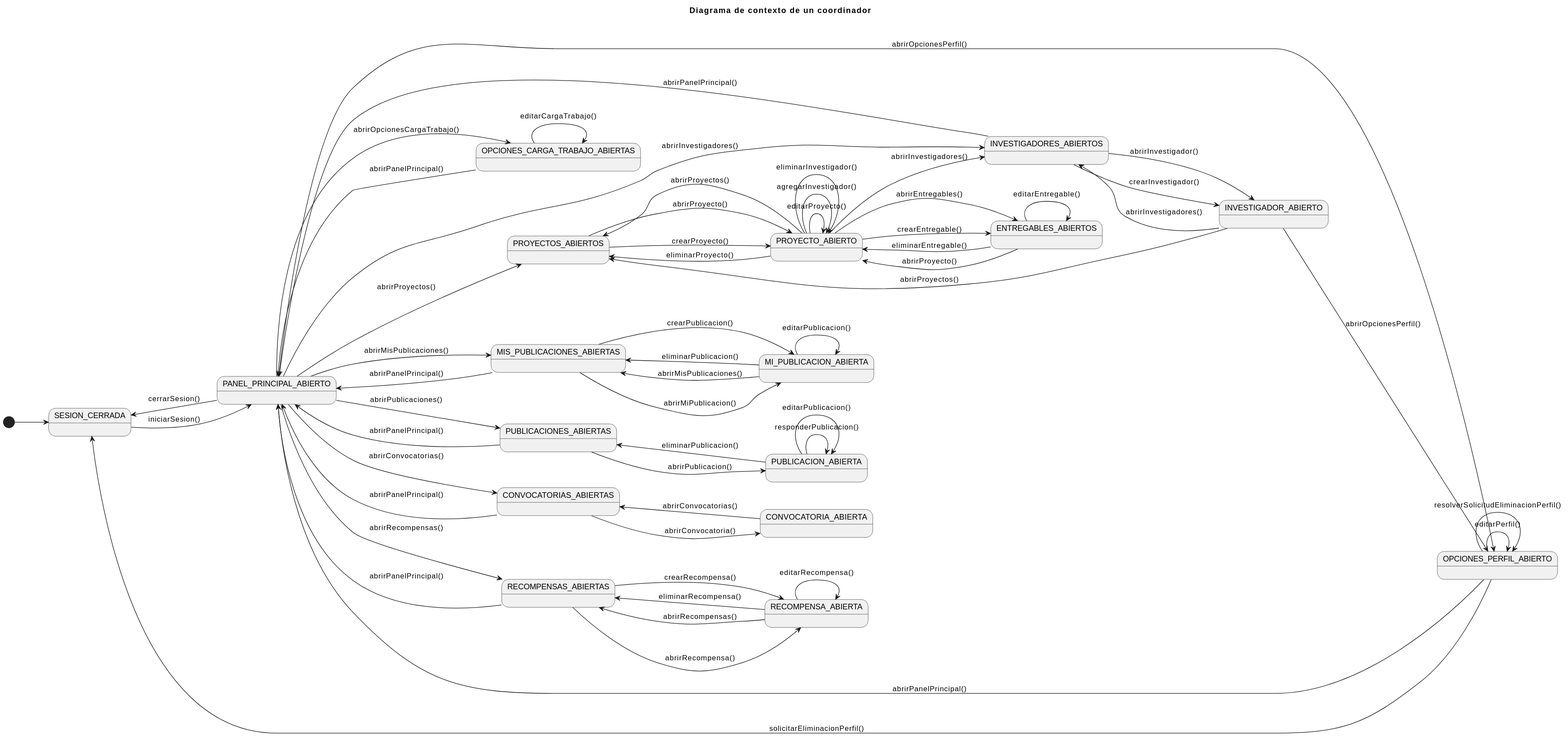
31Diego/25-26-IdSw1-SdR keeps this PlantUML diagram as documentación/CasosDeUso/Imagenes/DiagramaContextoCoordinador.svg. Above is the earlier version.
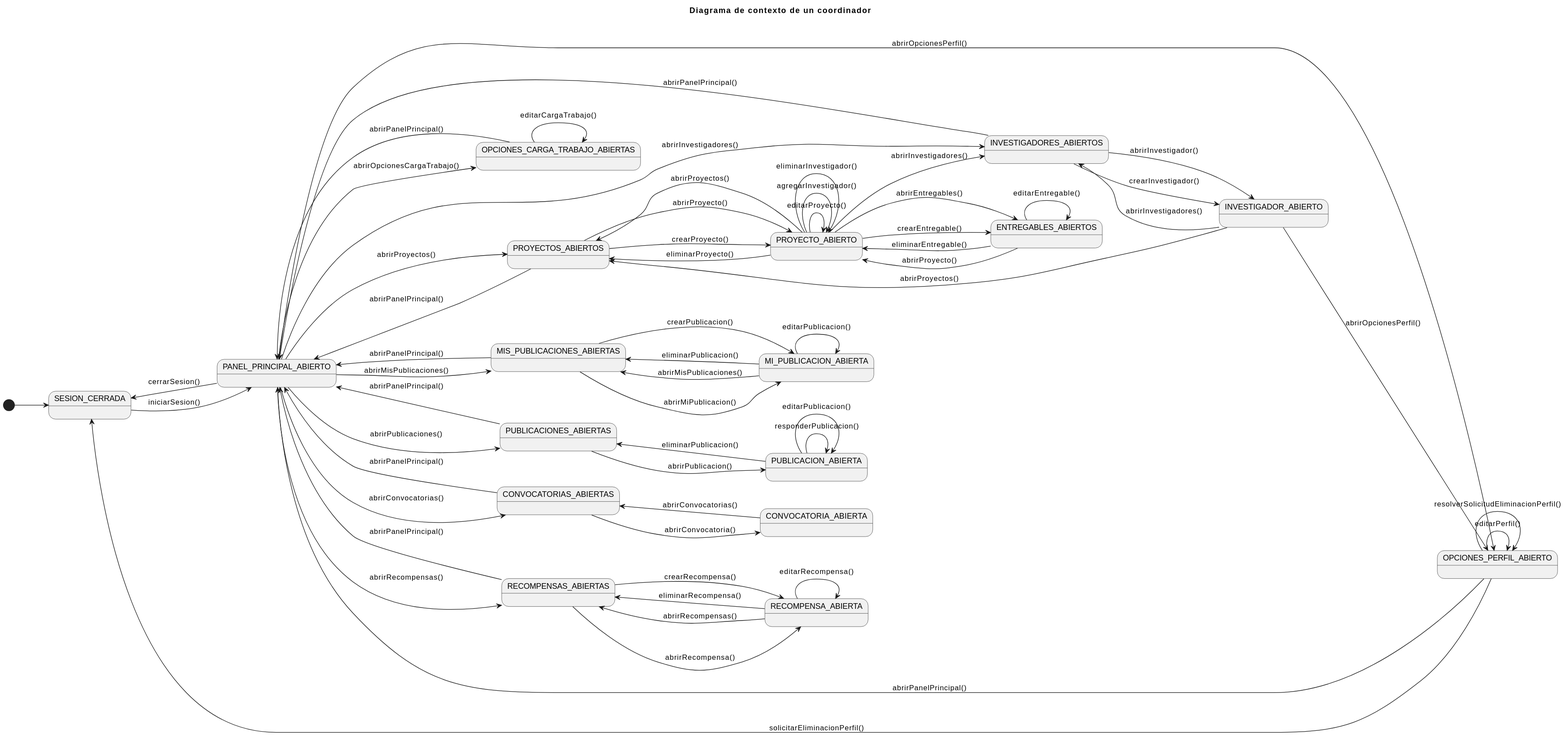
The same file after the commit.

Commit message:
correccion error diagrama contexto coordinador

What changed in the source:
```diff
@@ -58,6 +58,7 @@
 PROYECTO_ABIERTO --> ENTREGABLES_ABIERTOS: crearEntregable()
 PROYECTO_ABIERTO --> INVESTIGADORES_ABIERTOS: abrirInvestigadores()
 PROYECTO_ABIERTO --> PROYECTOS_ABIERTOS: abrirProyectos()
+PROYECTOS_ABIERTOS --> PANEL_PRINCIPAL_ABIERTO: abrirPanelPrincipal()
 
 ENTREGABLES_ABIERTOS --> ENTREGABLES_ABIERTOS: editarEntregable()
 ENTREGABLES_ABIERTOS --> PROYECTO_ABIERTO: eliminarEntregable()
```
